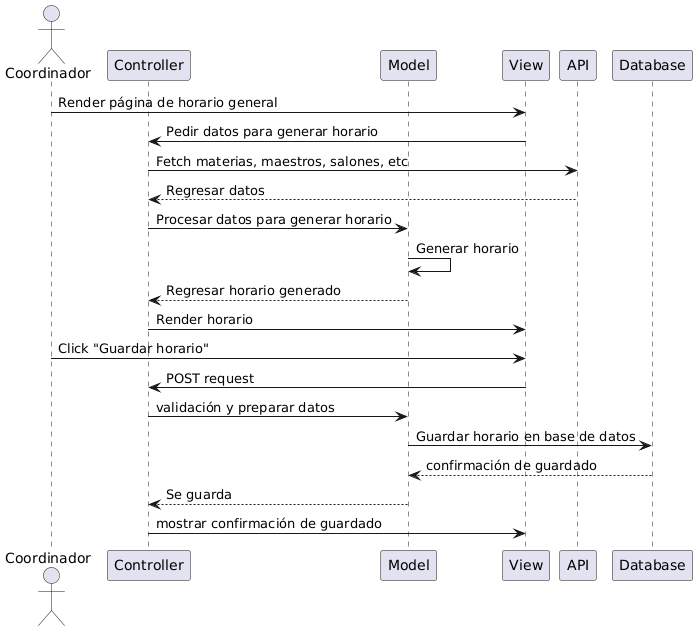
Above: avance 4/diagramaSecuenciaHorarioGeneral.png in MateoMinghi/via_alta (PlantUML), before the change.
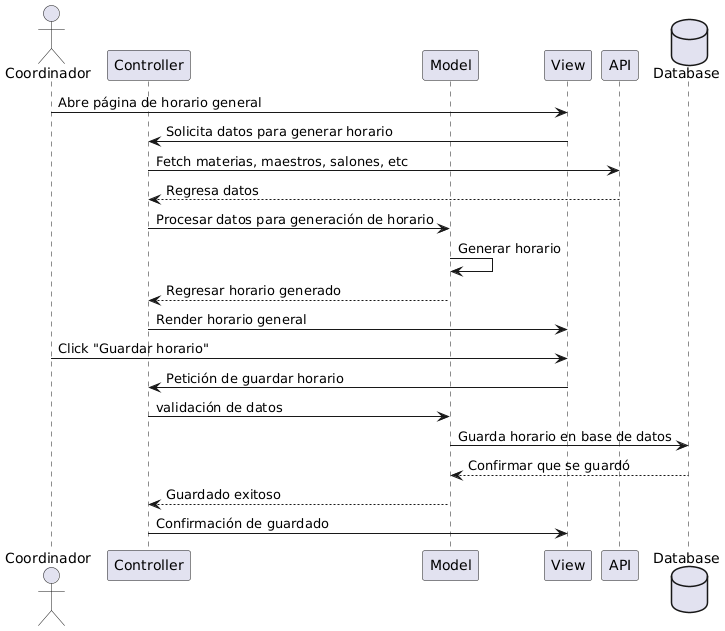
Above is the later version.

Commit message:
[docs] sequence diagrams 2

The edit, as a diff of the source:
```diff
@@ -4,22 +4,22 @@
 participant Model
 participant View
 participant API
-participant Database
+database Database
 
-Coordinador -> View: Render página de horario general
-View -> Controller: Pedir datos para generar horario
+Coordinador -> View: Abre página de horario general
+View -> Controller: Solicita datos para generar horario
 Controller -> API: Fetch materias, maestros, salones, etc
-API --> Controller: Regresar datos
-Controller -> Model: Procesar datos para generar horario
+API --> Controller: Regresa datos
+Controller -> Model: Procesar datos para generación de horario
 Model -> Model: Generar horario
 Model --> Controller: Regresar horario generado
-Controller -> View: Render horario
+Controller -> View: Render horario general
 
 Coordinador -> View: Click "Guardar horario"
-View -> Controller: POST request
-Controller -> Model: validación y preparar datos
-Model -> Database: Guardar horario en base de datos
-Database --> Model: confirmación de guardado
-Model --> Controller: Se guarda
-Controller -> View: mostrar confirmación de guardado
+View -> Controller: Petición de guardar horario
+Controller -> Model: validación de datos
+Model -> Database: Guarda horario en base de datos
+Database --> Model: Confirmar que se guardó
+Model --> Controller: Guardado exitoso
+Controller -> View: Confirmación de guardado
 @enduml
```
